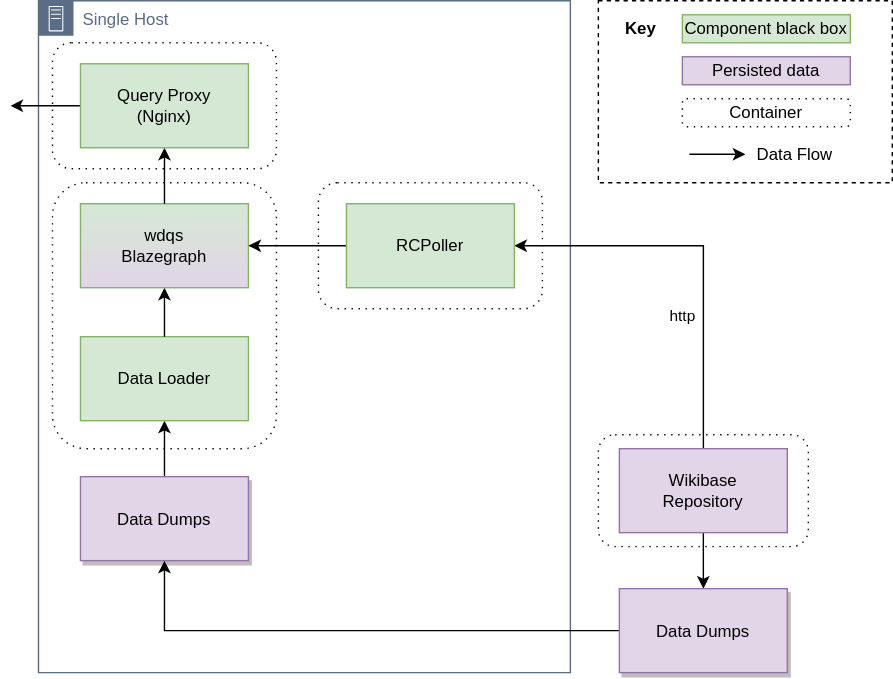
Above: systems/Query/diagrams/07-wikibase-docker.drawio.svg in wmde/wikidata-wikibase-architecture (draw.io), before the change. Source tidied: cells renumbered, new cells last; positions are measured from the earlier drawing's top-left corner, leaving out a move shared by most shapes.
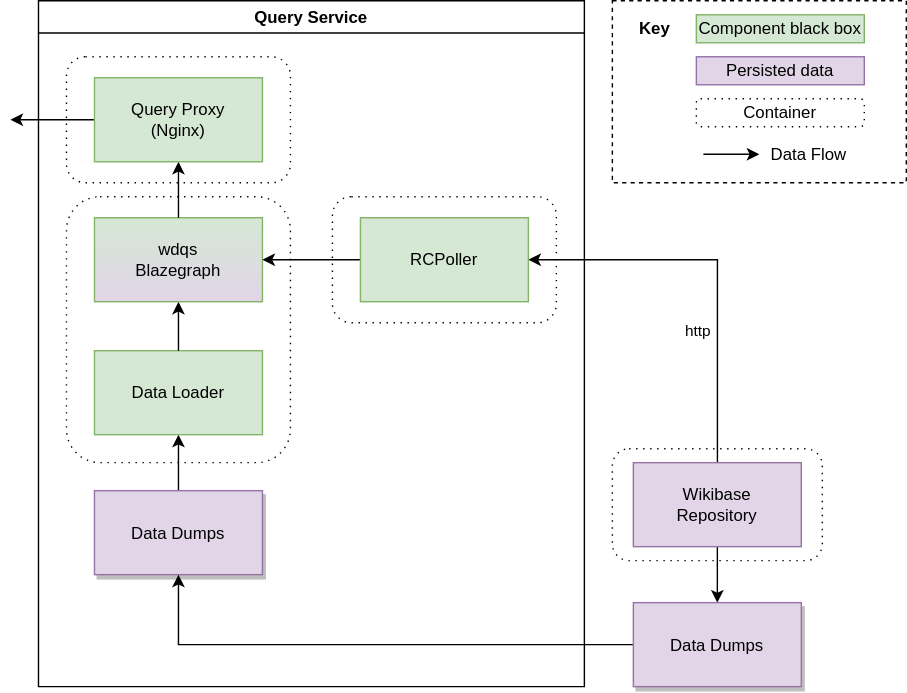
After the change.

Change to the diagram source:
```diff
@@ -5,9 +5,6 @@
     <mxCell id="2" style="rounded=1;whiteSpace=wrap;html=1;dashed=1;dashPattern=1 4;fillColor=none;" parent="1" vertex="1">
       <mxGeometry x="220" y="130" width="160" height="90" as="geometry" />
     </mxCell>
-    <mxCell id="3" value="Single Host" style="gradientColor=none;html=1;whiteSpace=wrap;fontSize=12;fontStyle=0;shape=mxgraph.aws4.group;grIcon=mxgraph.aws4.group_on_premise;strokeColor=#5A6C86;fillColor=none;verticalAlign=top;align=left;spacingLeft=30;fontColor=#5A6C86;dashed=0;" parent="1" vertex="1">
-      <mxGeometry x="20" width="380" height="480" as="geometry" />
-    </mxCell>
     <mxCell id="4" style="edgeStyle=orthogonalEdgeStyle;rounded=0;jettySize=auto;html=1;entryX=0.5;entryY=1;entryDx=0;entryDy=0;" parent="1" edge="1" source="7" target="25">
       <mxGeometry relative="1" as="geometry" />
     </mxCell>
@@ -27,25 +24,25 @@
       <mxGeometry x="435" y="320" width="120" height="60" as="geometry" />
     </mxCell>
     <mxCell id="8" style="rounded=0;whiteSpace=wrap;html=1;fillColor=none;dashed=1;" parent="1" vertex="1">
-      <mxGeometry x="420" width="210" height="130" as="geometry" />
+      <mxGeometry x="420" y="-10" width="210" height="130" as="geometry" />
     </mxCell>
     <mxCell id="9" value="&lt;b&gt;Key&lt;/b&gt;" style="text;html=1;align=center;verticalAlign=middle;strokeColor=none;" parent="1" vertex="1">
-      <mxGeometry x="430" y="10" width="40" height="20" as="geometry" />
+      <mxGeometry x="430" width="40" height="20" as="geometry" />
     </mxCell>
     <mxCell id="10" value="Component black box" style="rounded=0;whiteSpace=wrap;html=1;align=center;fillColor=#d5e8d4;strokeColor=#82b366;" parent="1" vertex="1">
-      <mxGeometry x="480" y="10" width="120" height="20" as="geometry" />
+      <mxGeometry x="480" width="120" height="20" as="geometry" />
     </mxCell>
     <mxCell id="11" value="Persisted data" style="rounded=0;whiteSpace=wrap;html=1;align=center;fillColor=#e1d5e7;strokeColor=#9673a6;" parent="1" vertex="1">
-      <mxGeometry x="480" y="40" width="120" height="20" as="geometry" />
+      <mxGeometry x="480" y="30" width="120" height="20" as="geometry" />
     </mxCell>
     <mxCell id="12" style="endArrow=classic;html=1;" parent="1" edge="1">
       <mxGeometry relative="1" as="geometry">
-        <mxPoint x="485" y="109.7" as="sourcePoint" />
-        <mxPoint x="525" y="109.7" as="targetPoint" />
+        <mxPoint x="485" y="99.7" as="sourcePoint" />
+        <mxPoint x="525" y="99.7" as="targetPoint" />
       </mxGeometry>
     </mxCell>
     <mxCell id="13" value="Data Flow" style="text;html=1;align=center;verticalAlign=middle;strokeColor=none;" parent="1" vertex="1">
-      <mxGeometry x="525" y="100" width="70" height="20" as="geometry" />
+      <mxGeometry x="525" y="90" width="70" height="20" as="geometry" />
     </mxCell>
     <mxCell id="14" style="edgeStyle=orthogonalEdgeStyle;rounded=0;jettySize=auto;html=1;entryX=0.5;entryY=1;entryDx=0;entryDy=0;" parent="1" edge="1" source="15" target="16">
       <mxGeometry relative="1" as="geometry" />
@@ -67,7 +64,7 @@
     </mxCell>
     <mxCell id="20" style="edgeStyle=orthogonalEdgeStyle;rounded=0;jettySize=auto;html=1;" parent="1" edge="1" source="21">
       <mxGeometry relative="1" as="geometry">
-        <mxPoint y="75" as="targetPoint" />
+        <mxPoint x="-10" y="75" as="targetPoint" />
       </mxGeometry>
     </mxCell>
     <mxCell id="21" value="Query Proxy&lt;br&gt;(Nginx)" style="rounded=0;whiteSpace=wrap;html=1;fillColor=#d5e8d4;strokeColor=#82b366;" parent="1" vertex="1">
@@ -92,10 +89,28 @@
       <mxGeometry x="30" y="130" width="160" height="190" as="geometry" />
     </mxCell>
     <mxCell id="28" value="Container" style="rounded=1;whiteSpace=wrap;html=1;dashed=1;dashPattern=1 4;fillColor=none;" parent="1" vertex="1">
-      <mxGeometry x="480" y="70" width="120" height="20" as="geometry" />
+      <mxGeometry x="480" y="60" width="120" height="20" as="geometry" />
     </mxCell>
     <mxCell id="29" style="rounded=1;whiteSpace=wrap;html=1;dashed=1;dashPattern=1 4;fillColor=none;" parent="1" vertex="1">
       <mxGeometry x="420" y="310" width="150" height="80" as="geometry" />
     </mxCell>
+    <mxCell id="30" value="Query Service" style="swimlane;" parent="1" vertex="1">
+      <mxGeometry x="10" y="-10" width="390" height="490" as="geometry" />
+    </mxCell>
+    <mxCell id="31" style="edgeStyle=orthogonalEdgeStyle;rounded=0;jettySize=auto;html=1;exitX=1;exitY=0.75;exitDx=0;exitDy=0;entryX=0;entryY=0.75;entryDx=0;entryDy=0;" parent="30" edge="1" target="x">
+      <mxGeometry relative="1" as="geometry">
+        <mxPoint x="380" y="115" as="sourcePoint" />
+      </mxGeometry>
+    </mxCell>
+    <mxCell id="32" value="Query Results" style="edgeLabel;html=1;align=center;verticalAlign=middle;" parent="31" vertex="1">
+      <mxGeometry x="-0.24" y="-3" relative="1" as="geometry">
+        <mxPoint x="18" y="12" as="offset" />
+      </mxGeometry>
+    </mxCell>
+    <mxCell id="33" style="edgeStyle=orthogonalEdgeStyle;rounded=0;jettySize=auto;html=1;exitX=0;exitY=0.25;exitDx=0;exitDy=0;entryX=1;entryY=0.25;entryDx=0;entryDy=0;" parent="30" edge="1" source="x">
+      <mxGeometry relative="1" as="geometry">
+        <mxPoint x="380" y="85" as="targetPoint" />
+      </mxGeometry>
+    </mxCell>
   </root>
 </mxGraphModel>
```
